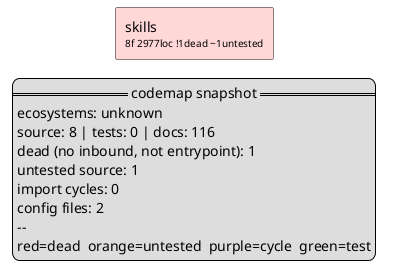
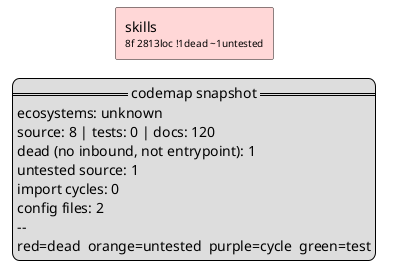
@startuml codemap
' generated by codemap — deterministic snapshot, do not hand-edit
skinparam componentStyle rectangle
skinparam shadowing false
skinparam packageStyle rectangle
left to right direction

- component "skills\n<size:10>8f 2977loc !1dead ~1untested</size>" as skills #FFD7D7
+ component "skills\n<size:10>8f 2813loc !1dead ~1untested</size>" as skills #FFD7D7


legend right
  == codemap snapshot ==
  ecosystems: unknown
-   source: 8 | tests: 0 | docs: 116
+   source: 8 | tests: 0 | docs: 120
  dead (no inbound, not entrypoint): 1
  untested source: 1
  import cycles: 0
  config files: 2
  --
  red=dead  orange=untested  purple=cycle  green=test
endlegend
@enduml